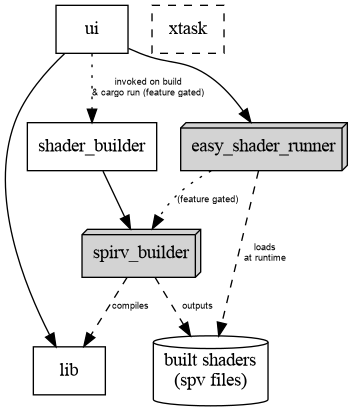
Above: workspace-structure.png in crazyscot/brot3 (Graphviz), before the change. Its source is kept beside it as workspace-structure.dot.
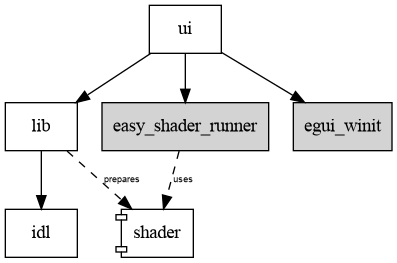
Later version of the same file.

What changed in the source:
```diff
@@ -2,31 +2,32 @@
     compound = true;
 
     node [shape = box;];
-    ui;
-    shader_builder;
-    xtask [style = dashed;];
+    ui
+    lib
+    idl
+    #xtask [style = dashed];
+
+    shader [shape=component]
+
     {
-        rank=same;
-        shader [label="lib"];
-        shader_spv [shape = cylinder;label = "built shaders\n(spv files)";];
+        #rank=same;
+        lib
+        shader
+        easy_shader_runner [style=filled]
+
     }
 
-    node [shape = box3d; style = filled;];
-    spirv_builder;
-    easy_shader_runner;
+    node [style=filled];
+    easy_shader_runner
+    egui_winit
+
+    #########################
 
     edge [fontname = "arial"; fontsize = 7;];
-    ui -> shader;
+    ui -> lib -> idl
     ui -> easy_shader_runner;
+    ui -> egui_winit;
 
-    spirv_builder -> shader [style=dashed; label = "compiles"]
-
-    shader_builder -> spirv_builder;
-
-    easy_shader_runner -> spirv_builder [style = dotted; label = "(feature gated)";];
-
-    ui -> shader_builder [style = dotted; label = "invoked on build\n& cargo run (feature gated)";];
-
-    spirv_builder -> shader_spv [style = dashed; label = "   outputs"];
-    easy_shader_runner -> shader_spv [style = dashed; label = "loads\nat runtime";];
+    easy_shader_runner -> shader [style=dashed; label="uses"]
+    lib -> shader [style=dashed; label="prepares"]
 }
```
